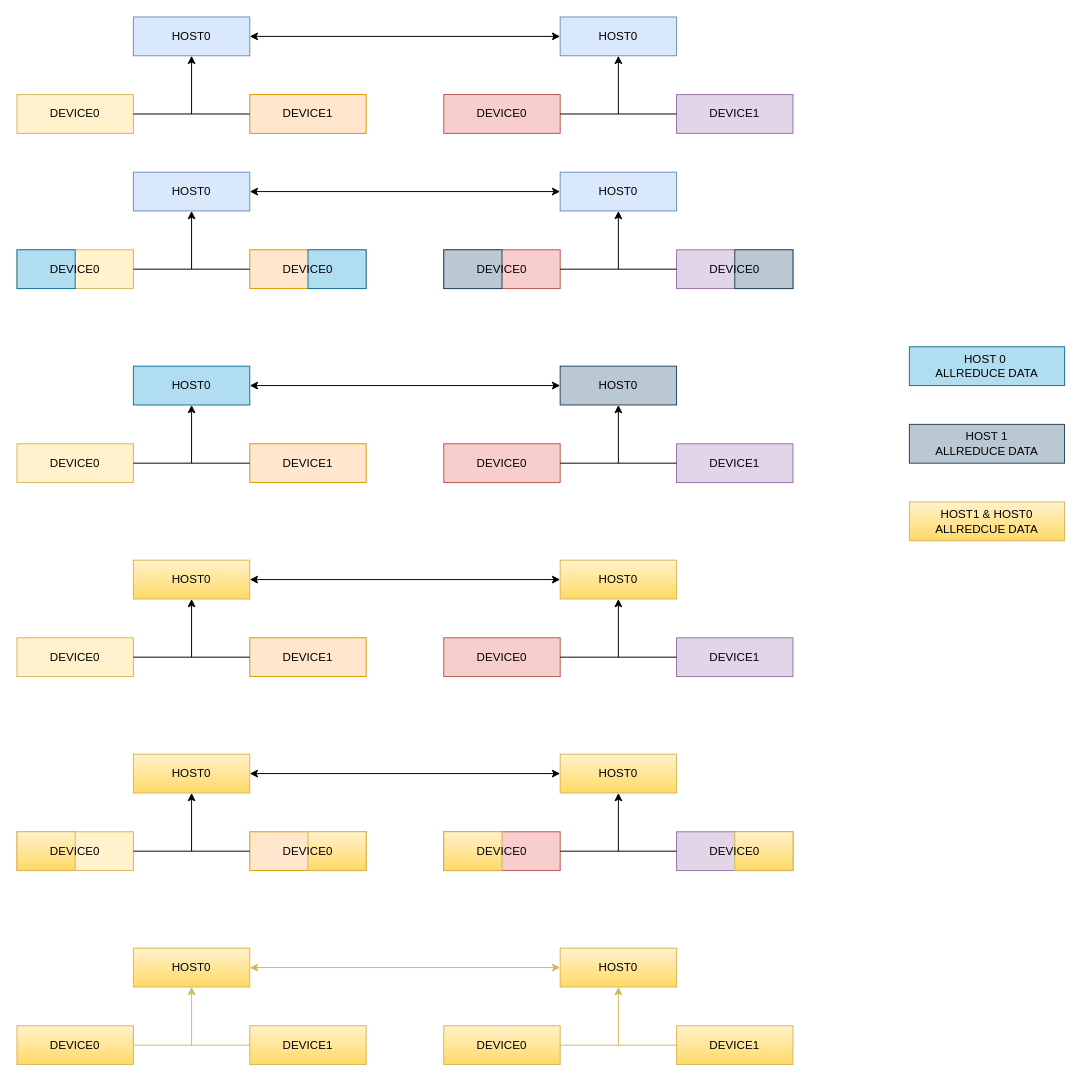
BEYHHH/SBLP keeps this draw.io diagram as Node_scatter_allreduce.drawio. Above is the earlier version. Source tidied: cells renumbered, new cells numbered last; positions are measured from the earlier drawing's top-left corner, leaving out a move shared by most shapes. Both pictures are drawn from the tidied source at 97%, with x=0, y=0 at pixel (16, 16).
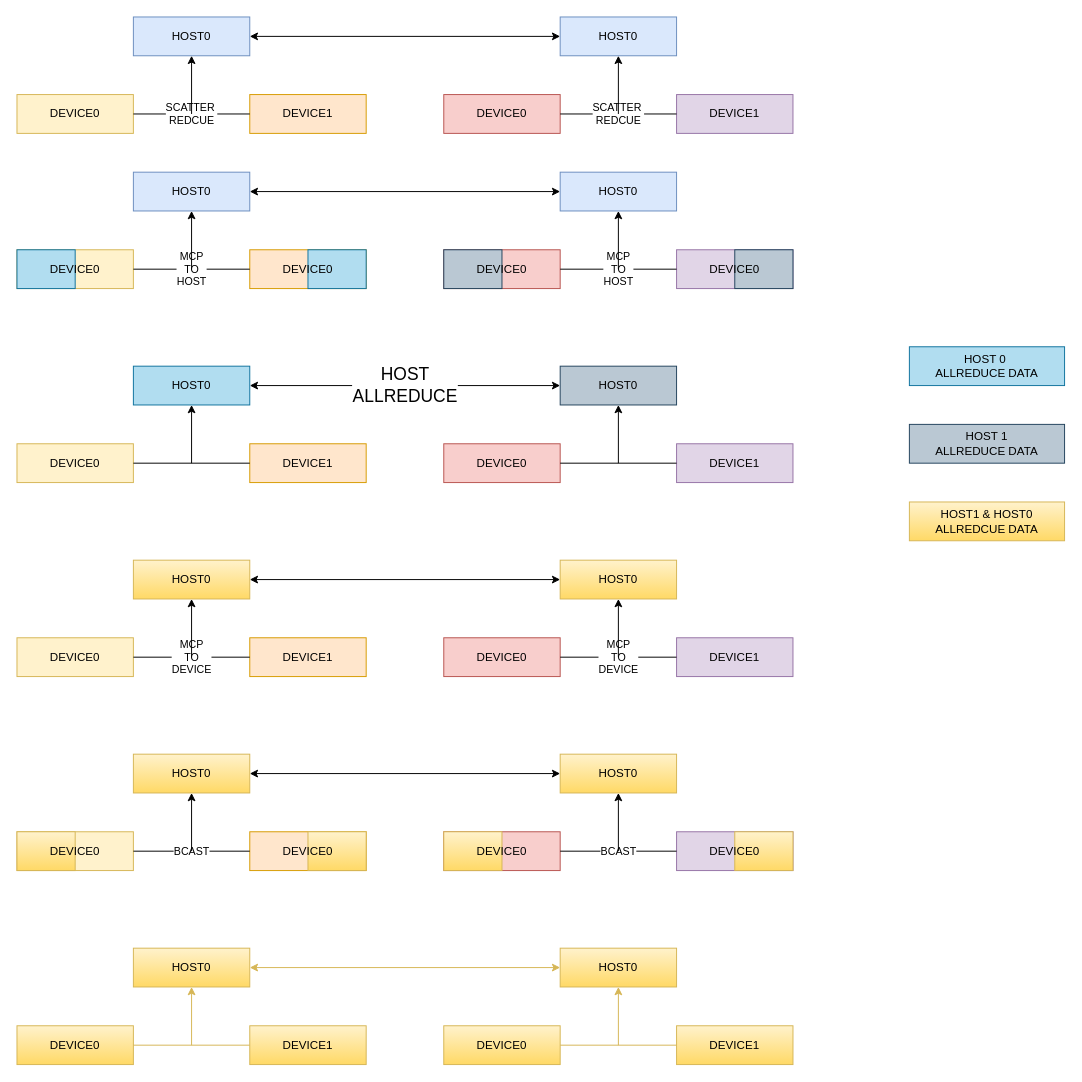
The same page after the edit.

The change refers to these unchanged cells:
```xml
<mxCell id="2" value="DEVICE0" style="rounded=0;whiteSpace=wrap;html=1;fillColor=#fff2cc;strokeColor=#d6b656;" parent="1" vertex="1">
  <mxGeometry y="80" width="120" height="40" as="geometry" />
</mxCell>
<mxCell id="3" value="DEVICE1" style="rounded=0;whiteSpace=wrap;html=1;fillColor=#ffe6cc;strokeColor=#d79b00;" parent="1" vertex="1">
  <mxGeometry x="240" y="80" width="120" height="40" as="geometry" />
</mxCell>
<mxCell id="13" style="rounded=0;whiteSpace=wrap;html=1;fillColor=#fff2cc;strokeColor=#d6b656;" parent="1" vertex="1">
  <mxGeometry y="240" width="120" height="40" as="geometry" />
</mxCell>
<mxCell id="14" style="rounded=0;whiteSpace=wrap;html=1;fillColor=#ffe6cc;strokeColor=#d79b00;" parent="1" vertex="1">
  <mxGeometry x="240" y="240" width="120" height="40" as="geometry" />
</mxCell>
<mxCell id="34" value="HOST0" style="rounded=0;whiteSpace=wrap;html=1;fillColor=#b1ddf0;strokeColor=#10739e;" parent="1" vertex="1">
  <mxGeometry x="120" y="360" width="120" height="40" as="geometry" />
</mxCell>
<mxCell id="37" value="HOST0" style="rounded=0;whiteSpace=wrap;html=1;fillColor=#bac8d3;strokeColor=#23445d;" parent="1" vertex="1">
  <mxGeometry x="560" y="360" width="120" height="40" as="geometry" />
</mxCell>
<mxCell id="43" value="DEVICE0" style="rounded=0;whiteSpace=wrap;html=1;fillColor=#fff2cc;strokeColor=#d6b656;" parent="1" vertex="1">
  <mxGeometry y="640" width="120" height="40" as="geometry" />
</mxCell>
<mxCell id="44" value="DEVICE1" style="rounded=0;whiteSpace=wrap;html=1;fillColor=#ffe6cc;strokeColor=#d79b00;" parent="1" vertex="1">
  <mxGeometry x="240" y="640" width="120" height="40" as="geometry" />
</mxCell>
<mxCell id="54" style="rounded=0;whiteSpace=wrap;html=1;fillColor=#fff2cc;strokeColor=#d6b656;" parent="1" vertex="1">
  <mxGeometry y="840" width="120" height="40" as="geometry" />
</mxCell>
<mxCell id="55" style="rounded=0;whiteSpace=wrap;html=1;fillColor=#ffe6cc;strokeColor=#d79b00;" parent="1" vertex="1">
  <mxGeometry x="240" y="840" width="120" height="40" as="geometry" />
</mxCell>
```

Diff of the diagram source:
```diff
@@
-    <mxCell id="8" style="endArrow=none;html=1;rounded=0;exitX=1;exitY=0.5;exitDx=0;exitDy=0;entryX=0;entryY=0.5;entryDx=0;entryDy=0;" parent="1" edge="1" source="2" target="3">
+    <mxCell id="8" value="SCATTER&amp;nbsp;&lt;br&gt;REDCUE" style="endArrow=none;html=1;rounded=0;exitX=1;exitY=0.5;exitDx=0;exitDy=0;entryX=0;entryY=0.5;entryDx=0;entryDy=0;" parent="1" edge="1" source="2" target="3">
       <mxGeometry relative="1" as="geometry" />
     </mxCell>
@@
-    <mxCell id="10" style="endArrow=none;html=1;rounded=0;exitX=1;exitY=0.5;exitDx=0;exitDy=0;entryX=0;entryY=0.5;entryDx=0;entryDy=0;" parent="1" edge="1">
+    <mxCell id="10" value="SCATTER&amp;nbsp;&lt;br style=&quot;border-color: var(--border-color);&quot;&gt;REDCUE" style="endArrow=none;html=1;rounded=0;exitX=1;exitY=0.5;exitDx=0;exitDy=0;entryX=0;entryY=0.5;entryDx=0;entryDy=0;" parent="1" edge="1">
       <mxGeometry relative="1" as="geometry">
         <mxPoint x="560" y="100" as="sourcePoint" />
         <mxPoint x="680" y="100" as="targetPoint" />
       </mxGeometry>
     </mxCell>
@@
-    <mxCell id="19" style="endArrow=none;html=1;rounded=0;exitX=1;exitY=0.5;exitDx=0;exitDy=0;entryX=0;entryY=0.5;entryDx=0;entryDy=0;" parent="1" edge="1" source="13" target="14">
+    <mxCell id="19" value="MCP&lt;br&gt;TO&lt;br&gt;HOST" style="endArrow=none;html=1;rounded=0;exitX=1;exitY=0.5;exitDx=0;exitDy=0;entryX=0;entryY=0.5;entryDx=0;entryDy=0;" parent="1" edge="1" source="13" target="14">
       <mxGeometry relative="1" as="geometry" />
     </mxCell>
@@
-    <mxCell id="21" style="endArrow=none;html=1;rounded=0;exitX=1;exitY=0.5;exitDx=0;exitDy=0;entryX=0;entryY=0.5;entryDx=0;entryDy=0;" parent="1" edge="1">
+    <mxCell id="21" value="MCP&lt;br style=&quot;border-color: var(--border-color);&quot;&gt;TO&lt;br style=&quot;border-color: var(--border-color);&quot;&gt;HOST" style="endArrow=none;html=1;rounded=0;exitX=1;exitY=0.5;exitDx=0;exitDy=0;entryX=0;entryY=0.5;entryDx=0;entryDy=0;" parent="1" edge="1">
       <mxGeometry relative="1" as="geometry">
         <mxPoint x="560" y="260" as="sourcePoint" />
         <mxPoint x="680" y="260" as="targetPoint" />
       </mxGeometry>
     </mxCell>
@@
-    <mxCell id="42" style="endArrow=classic;startArrow=classic;html=1;rounded=0;entryX=0;entryY=0.5;entryDx=0;entryDy=0;exitX=1;exitY=0.5;exitDx=0;exitDy=0;" parent="1" edge="1" source="34" target="37">
+    <mxCell id="42" value="&lt;font style=&quot;font-size: 18px;&quot;&gt;HOST &lt;br&gt;ALLREDUCE&lt;/font&gt;" style="endArrow=classic;startArrow=classic;html=1;rounded=0;entryX=0;entryY=0.5;entryDx=0;entryDy=0;exitX=1;exitY=0.5;exitDx=0;exitDy=0;" parent="1" edge="1" source="34" target="37">
       <mxGeometry relative="1" as="geometry" />
     </mxCell>
@@
-    <mxCell id="49" style="endArrow=none;html=1;rounded=0;exitX=1;exitY=0.5;exitDx=0;exitDy=0;entryX=0;entryY=0.5;entryDx=0;entryDy=0;" parent="1" edge="1" source="43" target="44">
+    <mxCell id="49" value="MCP&lt;br&gt;TO&lt;br&gt;DEVICE" style="endArrow=none;html=1;rounded=0;exitX=1;exitY=0.5;exitDx=0;exitDy=0;entryX=0;entryY=0.5;entryDx=0;entryDy=0;" parent="1" edge="1" source="43" target="44">
       <mxGeometry relative="1" as="geometry" />
     </mxCell>
@@
-    <mxCell id="51" style="endArrow=none;html=1;rounded=0;exitX=1;exitY=0.5;exitDx=0;exitDy=0;entryX=0;entryY=0.5;entryDx=0;entryDy=0;" parent="1" edge="1">
+    <mxCell id="51" value="MCP&lt;br style=&quot;border-color: var(--border-color);&quot;&gt;TO&lt;br style=&quot;border-color: var(--border-color);&quot;&gt;DEVICE" style="endArrow=none;html=1;rounded=0;exitX=1;exitY=0.5;exitDx=0;exitDy=0;entryX=0;entryY=0.5;entryDx=0;entryDy=0;" parent="1" edge="1">
       <mxGeometry relative="1" as="geometry">
         <mxPoint x="560" y="660" as="sourcePoint" />
         <mxPoint x="680" y="660" as="targetPoint" />
       </mxGeometry>
     </mxCell>
@@
-    <mxCell id="60" style="endArrow=none;html=1;rounded=0;exitX=1;exitY=0.5;exitDx=0;exitDy=0;entryX=0;entryY=0.5;entryDx=0;entryDy=0;" parent="1" edge="1" source="54" target="55">
+    <mxCell id="60" value="BCAST" style="endArrow=none;html=1;rounded=0;exitX=1;exitY=0.5;exitDx=0;exitDy=0;entryX=0;entryY=0.5;entryDx=0;entryDy=0;" parent="1" edge="1" source="54" target="55">
       <mxGeometry relative="1" as="geometry" />
     </mxCell>
@@
-    <mxCell id="62" style="endArrow=none;html=1;rounded=0;exitX=1;exitY=0.5;exitDx=0;exitDy=0;entryX=0;entryY=0.5;entryDx=0;entryDy=0;" parent="1" edge="1">
+    <mxCell id="62" value="BCAST" style="endArrow=none;html=1;rounded=0;exitX=1;exitY=0.5;exitDx=0;exitDy=0;entryX=0;entryY=0.5;entryDx=0;entryDy=0;" parent="1" edge="1">
       <mxGeometry relative="1" as="geometry">
         <mxPoint x="560" y="860" as="sourcePoint" />
         <mxPoint x="680" y="860" as="targetPoint" />
       </mxGeometry>
     </mxCell>
```
